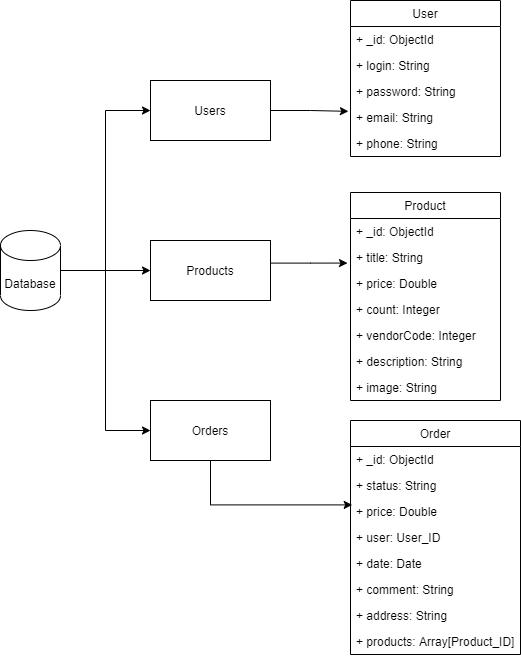
Earlier version of the draw.io export NoSQLDataModel.png (moevm/nosql2h21-fisherman). Source tidied: cells renumbered, new cells last; positions are measured from the earlier drawing's top-left corner, leaving out a move shared by most shapes.
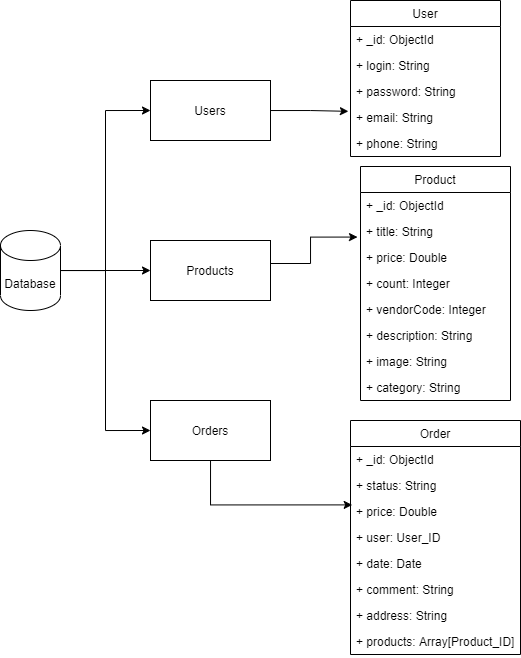
Later version of the same file.

Commit message:
Add "category" to product

What changed in the source:
```diff
@@ -55,7 +55,7 @@
       <mxGeometry y="130" width="150" height="26" as="geometry" />
     </mxCell>
     <mxCell id="18" value="Product" style="swimlane;fontStyle=0;horizontal=1;startSize=26;fillColor=none;" parent="1" vertex="1">
-      <mxGeometry x="350" y="192" width="150" height="208" as="geometry" />
+      <mxGeometry x="360" y="166" width="150" height="234" as="geometry" />
     </mxCell>
     <mxCell id="19" value="+ _id: ObjectId" style="text;strokeColor=none;fillColor=none;align=left;verticalAlign=top;spacingLeft=4;spacingRight=4;overflow=hidden;" parent="18" vertex="1">
       <mxGeometry y="26" width="150" height="26" as="geometry" />
@@ -78,6 +78,9 @@
     <mxCell id="25" value="+ image: String" style="text;strokeColor=none;fillColor=none;align=left;verticalAlign=top;spacingLeft=4;spacingRight=4;overflow=hidden;" parent="18" vertex="1">
       <mxGeometry y="182" width="150" height="26" as="geometry" />
     </mxCell>
+    <mxCell id="35" value="+ category: String" style="text;strokeColor=none;fillColor=none;align=left;verticalAlign=top;spacingLeft=4;spacingRight=4;overflow=hidden;" parent="18" vertex="1">
+      <mxGeometry y="208" width="150" height="26" as="geometry" />
+    </mxCell>
     <mxCell id="26" value="Order" style="swimlane;fontStyle=0;horizontal=1;startSize=26;fillColor=none;" parent="1" vertex="1">
       <mxGeometry x="350" y="420" width="170" height="234" as="geometry" />
     </mxCell>
```
